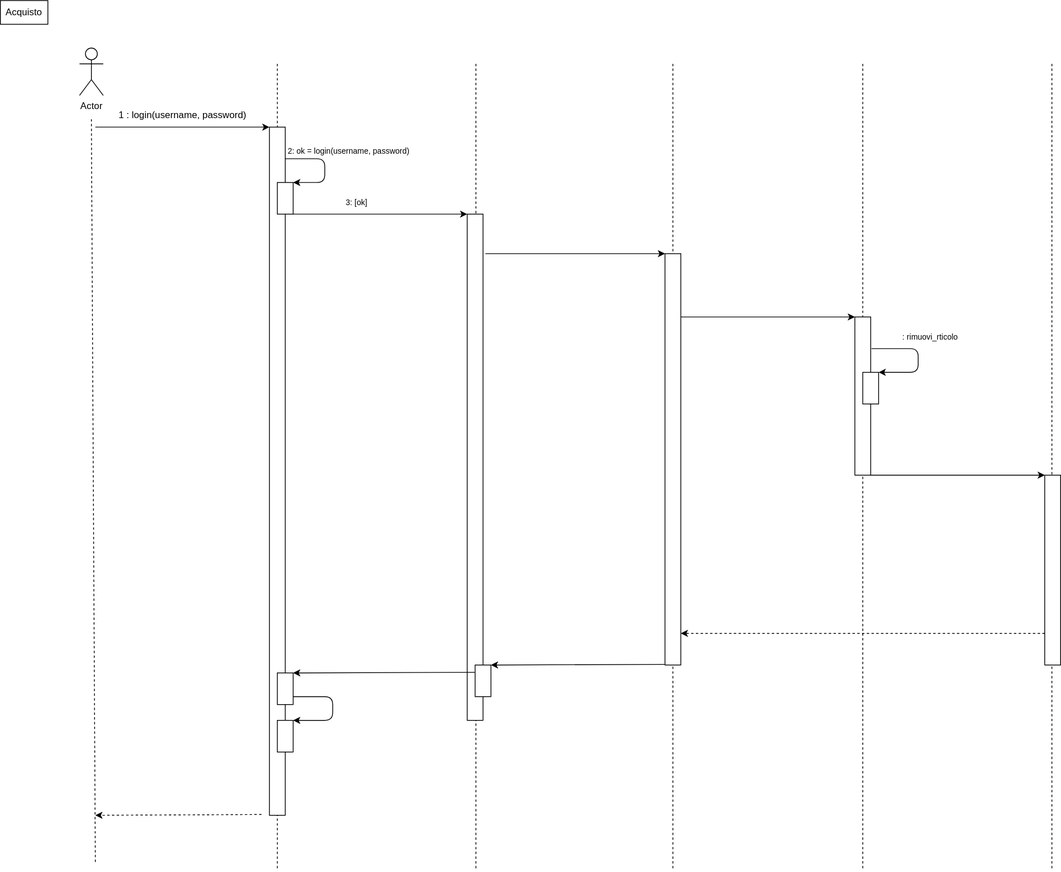
Above: diagrammi/sequenza/acquisto.drawio.svg in MickTK/ProgettoFinaleISW (draw.io), before the change. Source tidied: cells renumbered, new cells last; positions are measured from the earlier drawing's top-left corner, leaving out a move shared by most shapes.
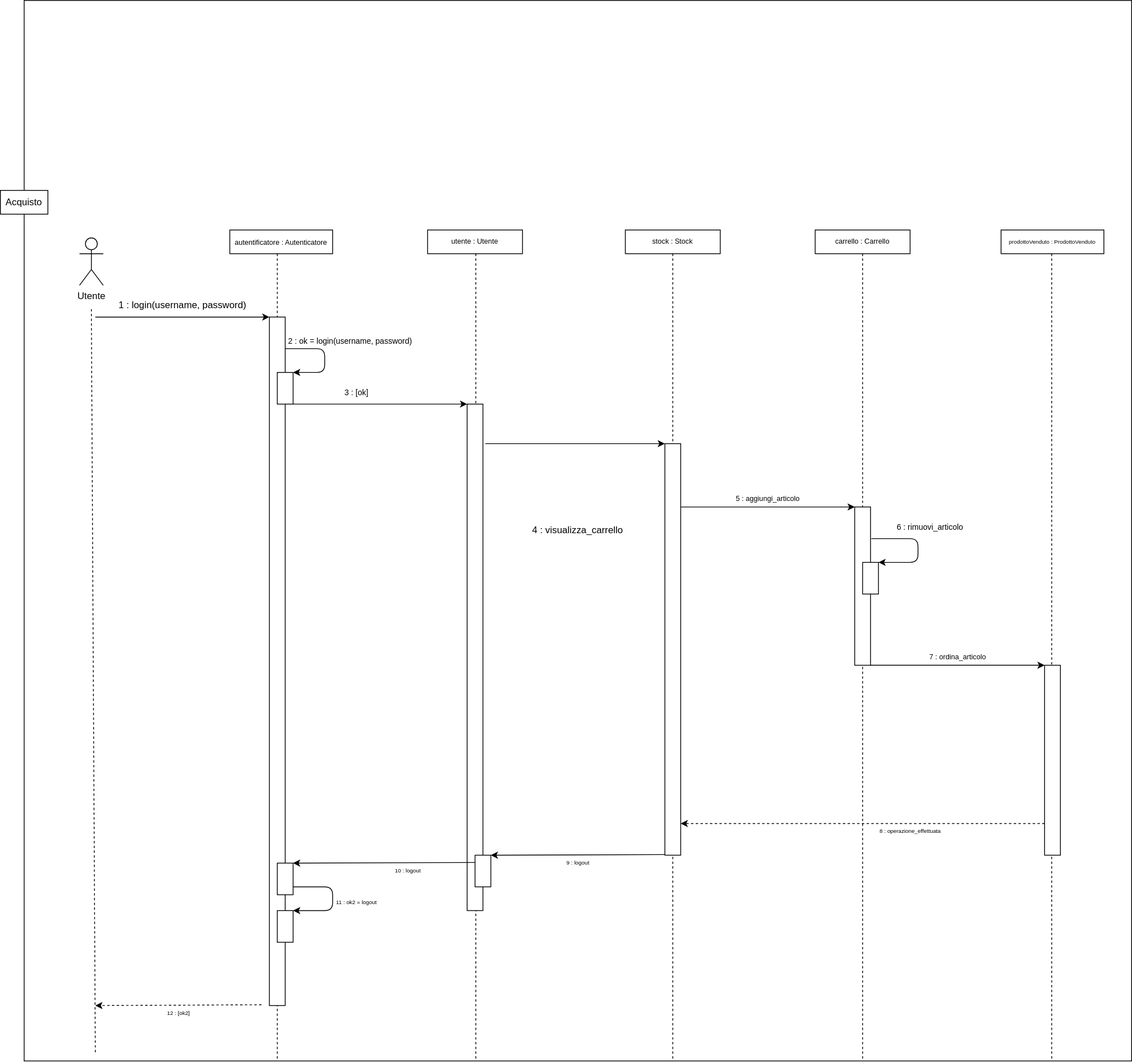
After the commit.

Commit message:
Diagramma di Sequenza Acquisto

Change to the diagram source:
```diff
@@ -2,6 +2,9 @@
   <root>
     <mxCell id="0" />
     <mxCell id="1" parent="0" />
+    <mxCell id="36" value="4 : visualizza_carrello" style="rounded=0;whiteSpace=wrap;html=1;" parent="1" vertex="1">
+      <mxGeometry x="30" y="-240" width="1400" height="1340" as="geometry" />
+    </mxCell>
     <mxCell id="2" style="edgeStyle=none;html=1;endArrow=none;endFill=0;dashed=1;" parent="1" edge="1">
       <mxGeometry relative="1" as="geometry">
         <mxPoint x="850" y="80" as="sourcePoint" />
@@ -38,7 +41,7 @@
         <mxPoint x="120" y="1090" as="targetPoint" />
       </mxGeometry>
     </mxCell>
-    <mxCell id="8" value="Actor" style="shape=umlActor;verticalLabelPosition=bottom;verticalAlign=top;html=1;" parent="1" vertex="1">
+    <mxCell id="8" value="Utente" style="shape=umlActor;verticalLabelPosition=bottom;verticalAlign=top;html=1;" parent="1" vertex="1">
       <mxGeometry x="100" y="60" width="30" height="60" as="geometry" />
     </mxCell>
     <mxCell id="9" value="Acquisto" style="rounded=0;whiteSpace=wrap;html=1;" parent="1" vertex="1">
@@ -66,8 +69,8 @@
         </Array>
       </mxGeometry>
     </mxCell>
-    <mxCell id="14" value="&lt;font style=&quot;font-size: 10px;&quot;&gt;2: ok = login(username, password)&lt;/font&gt;" style="text;html=1;align=center;verticalAlign=middle;strokeColor=none;fillColor=none;" parent="1" vertex="1">
-      <mxGeometry x="350" y="175" width="180" height="30" as="geometry" />
+    <mxCell id="14" value="&lt;font style=&quot;font-size: 10px;&quot;&gt;2 : ok = login(username, password)&lt;/font&gt;" style="text;html=1;align=center;verticalAlign=middle;strokeColor=none;fillColor=none;" parent="1" vertex="1">
+      <mxGeometry x="352" y="175" width="180" height="30" as="geometry" />
     </mxCell>
     <mxCell id="15" style="rounded=0;whiteSpace=wrap;html=1;fontSize=10;" parent="1" vertex="1">
       <mxGeometry x="350" y="230" width="20" height="40" as="geometry" />
@@ -78,7 +81,7 @@
         <mxPoint x="590" y="270" as="targetPoint" />
       </mxGeometry>
     </mxCell>
-    <mxCell id="17" value="3: [ok]" style="text;html=1;align=center;verticalAlign=middle;strokeColor=none;fillColor=none;fontSize=10;" parent="1" vertex="1">
+    <mxCell id="17" value="3 : [ok]" style="text;html=1;align=center;verticalAlign=middle;strokeColor=none;fillColor=none;fontSize=10;" parent="1" vertex="1">
       <mxGeometry x="425" y="240" width="50" height="30" as="geometry" />
     </mxCell>
     <mxCell id="18" style="rounded=0;whiteSpace=wrap;html=1;" parent="1" vertex="1">
@@ -113,8 +116,8 @@
     <mxCell id="24" style="rounded=0;whiteSpace=wrap;html=1;fontSize=10;" parent="1" vertex="1">
       <mxGeometry x="1090" y="470" width="20" height="40" as="geometry" />
     </mxCell>
-    <mxCell id="25" value=": rimuovi_rticolo" style="text;html=1;align=center;verticalAlign=middle;strokeColor=none;fillColor=none;fontSize=10;" parent="1" vertex="1">
-      <mxGeometry x="1130" y="410" width="90" height="30" as="geometry" />
+    <mxCell id="25" value="6 : rimuovi_articolo" style="text;html=1;align=center;verticalAlign=middle;strokeColor=none;fillColor=none;fontSize=10;" parent="1" vertex="1">
+      <mxGeometry x="1120" y="410" width="110" height="30" as="geometry" />
     </mxCell>
     <mxCell id="26" style="edgeStyle=none;html=1;endArrow=classic;endFill=1;entryX=0;entryY=0;entryDx=0;entryDy=0;" parent="1" edge="1">
       <mxGeometry relative="1" as="geometry">
@@ -166,5 +169,41 @@
         <mxPoint x="120" y="1030" as="targetPoint" />
       </mxGeometry>
     </mxCell>
+    <mxCell id="37" value="&lt;font style=&quot;font-size: 9px;&quot;&gt;autentificatore : Autenticatore&lt;/font&gt;" style="rounded=0;whiteSpace=wrap;html=1;" parent="1" vertex="1">
+      <mxGeometry x="290" y="50" width="130" height="30" as="geometry" />
+    </mxCell>
+    <mxCell id="38" value="utente : Utente" style="rounded=0;whiteSpace=wrap;html=1;fontSize=9;" parent="1" vertex="1">
+      <mxGeometry x="540" y="50" width="120" height="30" as="geometry" />
+    </mxCell>
+    <mxCell id="39" value="stock : Stock" style="rounded=0;whiteSpace=wrap;html=1;fontSize=9;" parent="1" vertex="1">
+      <mxGeometry x="790" y="50" width="120" height="30" as="geometry" />
+    </mxCell>
+    <mxCell id="40" value="carrello : Carrello" style="rounded=0;whiteSpace=wrap;html=1;fontSize=9;" parent="1" vertex="1">
+      <mxGeometry x="1030" y="50" width="120" height="30" as="geometry" />
+    </mxCell>
+    <mxCell id="41" value="5 : aggiungi_articolo" style="text;html=1;align=center;verticalAlign=middle;strokeColor=none;fillColor=none;fontSize=9;" parent="1" vertex="1">
+      <mxGeometry x="920" y="380" width="100" height="20" as="geometry" />
+    </mxCell>
+    <mxCell id="42" value="7 : ordina_articolo" style="text;html=1;align=center;verticalAlign=middle;strokeColor=none;fillColor=none;fontSize=9;" parent="1" vertex="1">
+      <mxGeometry x="1160" y="580" width="100" height="20" as="geometry" />
+    </mxCell>
+    <mxCell id="43" value="&lt;font style=&quot;font-size: 7px;&quot;&gt;prodottoVenduto : ProdottoVenduto&lt;/font&gt;" style="rounded=0;whiteSpace=wrap;html=1;fontSize=9;" parent="1" vertex="1">
+      <mxGeometry x="1265" y="50" width="130" height="30" as="geometry" />
+    </mxCell>
+    <mxCell id="44" value="8 : operazione_effettuata" style="text;html=1;align=center;verticalAlign=middle;strokeColor=none;fillColor=none;fontSize=7;" parent="1" vertex="1">
+      <mxGeometry x="1100" y="800" width="100" height="20" as="geometry" />
+    </mxCell>
+    <mxCell id="45" value="9 : logout" style="text;html=1;align=center;verticalAlign=middle;strokeColor=none;fillColor=none;fontSize=7;" parent="1" vertex="1">
+      <mxGeometry x="705" y="840" width="50" height="20" as="geometry" />
+    </mxCell>
+    <mxCell id="46" value="10 : logout" style="text;html=1;align=center;verticalAlign=middle;strokeColor=none;fillColor=none;fontSize=7;" parent="1" vertex="1">
+      <mxGeometry x="485" y="850" width="60" height="20" as="geometry" />
+    </mxCell>
+    <mxCell id="47" value="11 : ok2 = logout" style="text;html=1;align=center;verticalAlign=middle;strokeColor=none;fillColor=none;fontSize=7;" parent="1" vertex="1">
+      <mxGeometry x="415" y="890" width="70" height="20" as="geometry" />
+    </mxCell>
+    <mxCell id="48" value="12 : [ok2]" style="text;html=1;align=center;verticalAlign=middle;strokeColor=none;fillColor=none;fontSize=7;" parent="1" vertex="1">
+      <mxGeometry x="200" y="1030" width="50" height="20" as="geometry" />
+    </mxCell>
   </root>
 </mxGraphModel>
```
